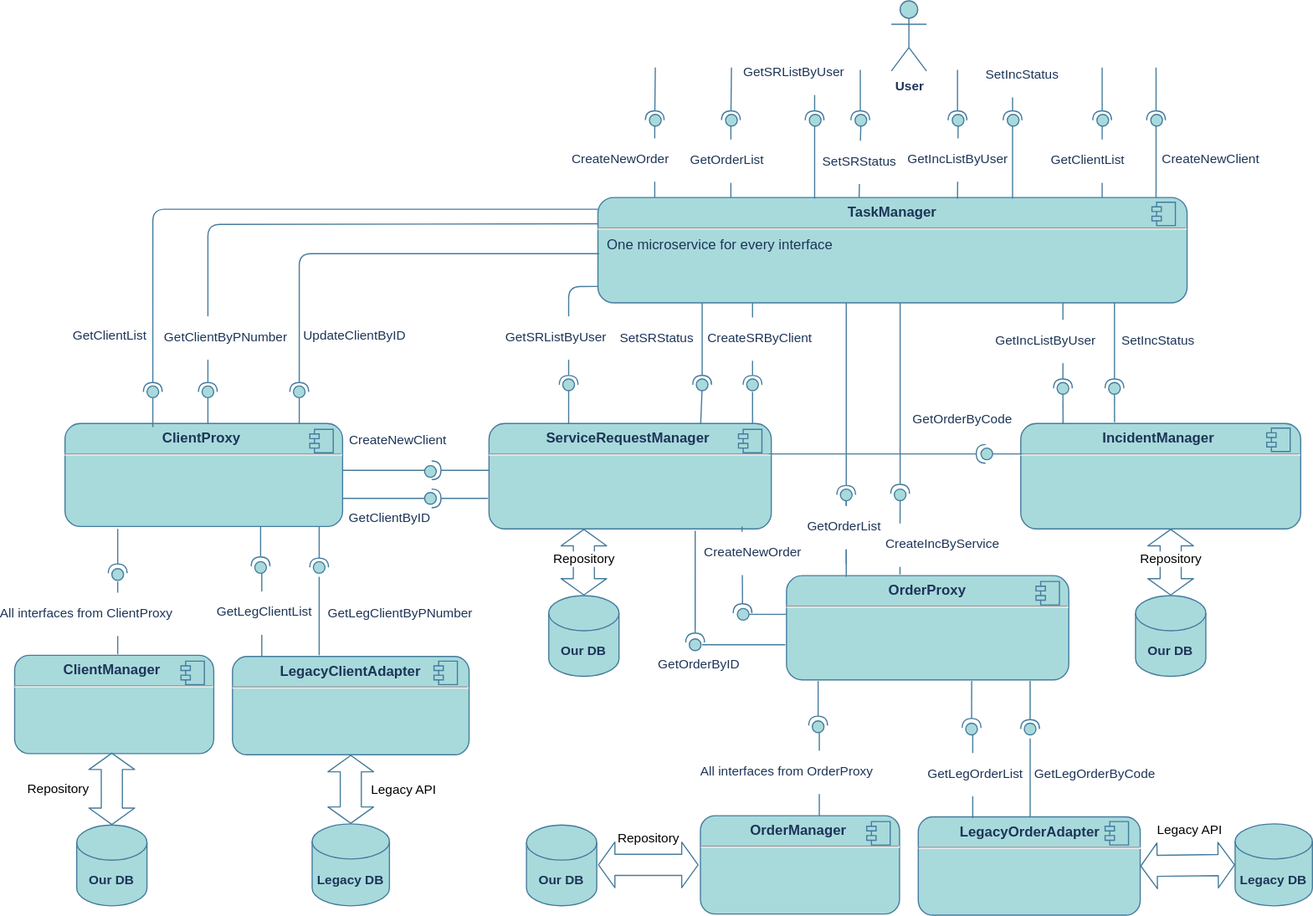
theotheo46/gb keeps this draw.io diagram as components.svg. Above is the earlier version. Source tidied: cells renumbered, new cells last; positions are measured from the earlier drawing's top-left corner, leaving out a move shared by most shapes.
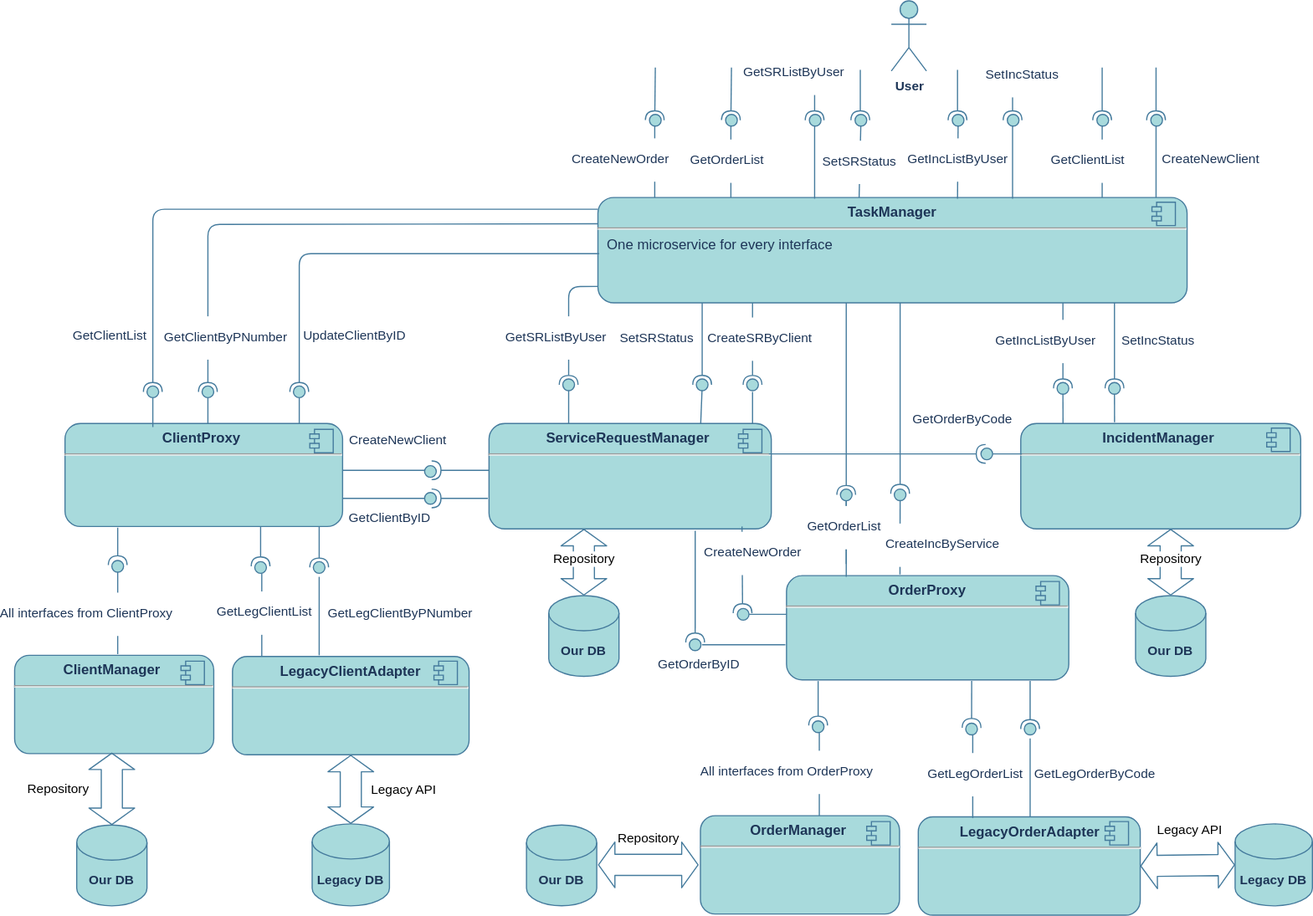
After the change.

Commit message:
domain model is fixed

The edit, as a diff of the source:
```diff
@@ -608,18 +608,17 @@
     </mxCell>
     <mxCell id="129" style="orthogonalLoop=1;jettySize=auto;html=1;endArrow=halfCircle;endFill=0;endSize=6;strokeWidth=1;strokeColor=#457B9D;fontColor=#1D3557;labelBackgroundColor=#F1FAEE;" parent="1" edge="1">
       <mxGeometry relative="1" as="geometry">
-        <mxPoint x="88" y="451" as="sourcePoint" />
-        <mxPoint x="88" y="489" as="targetPoint" />
+        <mxPoint x="88" y="450" as="sourcePoint" />
+        <mxPoint x="88" y="482" as="targetPoint" />
       </mxGeometry>
     </mxCell>
-    <mxCell id="130" style="orthogonalLoop=1;jettySize=auto;html=1;endArrow=none;endFill=0;sourcePerimeterSpacing=0;targetPerimeterSpacing=0;strokeColor=#457B9D;fontColor=#1D3557;labelBackgroundColor=#F1FAEE;" parent="1" edge="1">
+    <mxCell id="130" style="jettySize=auto;html=1;endArrow=none;endFill=0;sourcePerimeterSpacing=0;targetPerimeterSpacing=0;strokeColor=#457B9D;fontColor=#1D3557;labelBackgroundColor=#F1FAEE;" parent="1" edge="1" target="131">
       <mxGeometry relative="1" as="geometry">
         <mxPoint x="88" y="558" as="sourcePoint" />
-        <mxPoint x="88" y="496" as="targetPoint" />
       </mxGeometry>
     </mxCell>
     <mxCell id="131" style="ellipse;whiteSpace=wrap;html=1;align=center;points=[];outlineConnect=0;fillColor=#A8DADC;strokeColor=#457B9D;fontColor=#1D3557;rounded=1;" parent="1" vertex="1">
-      <mxGeometry x="83" y="485" width="10" height="10" as="geometry" />
+      <mxGeometry x="83" y="478" width="10" height="10" as="geometry" />
     </mxCell>
     <mxCell id="132" value="&lt;pre&gt;&lt;font face=&quot;Helvetica&quot;&gt;All interfaces from ClientProxy&lt;/font&gt;&lt;/pre&gt;" style="edgeLabel;html=1;align=center;verticalAlign=middle;fontSize=11;fontFamily=Helvetica;fontColor=#1D3557;rounded=1;labelBackgroundColor=#FFFFFF;" parent="1" vertex="1">
       <mxGeometry x="61" y="524" as="geometry" />
```
